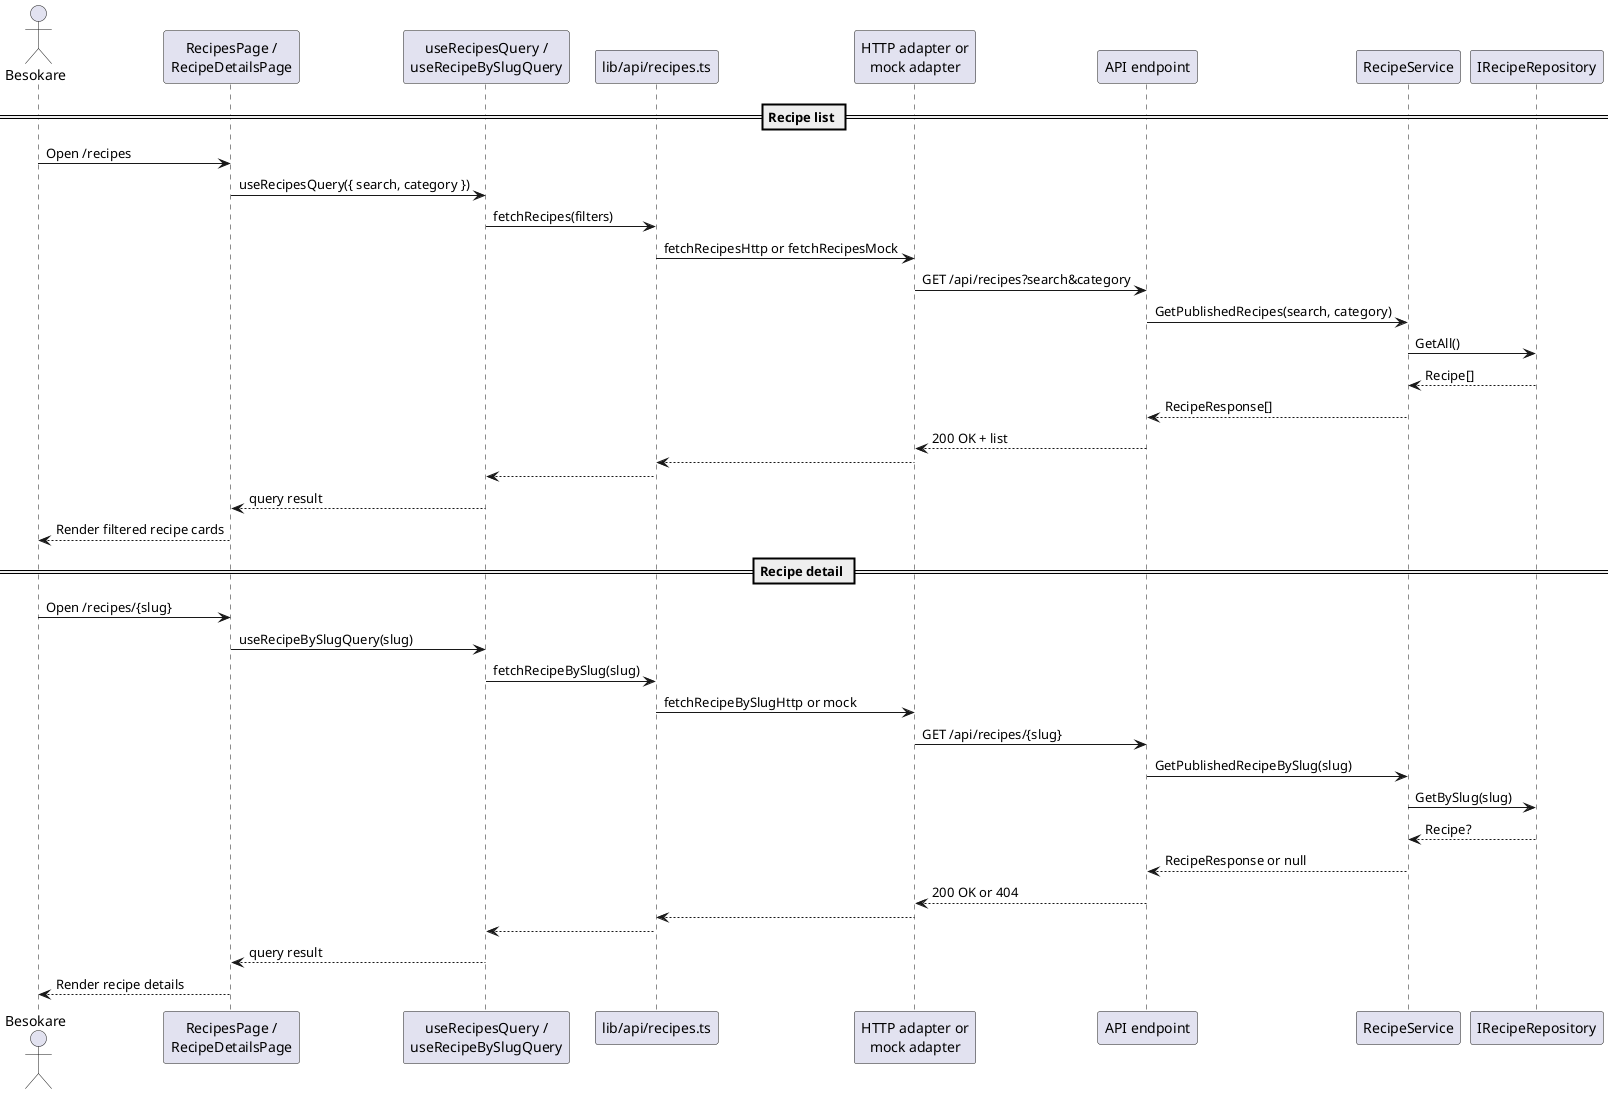
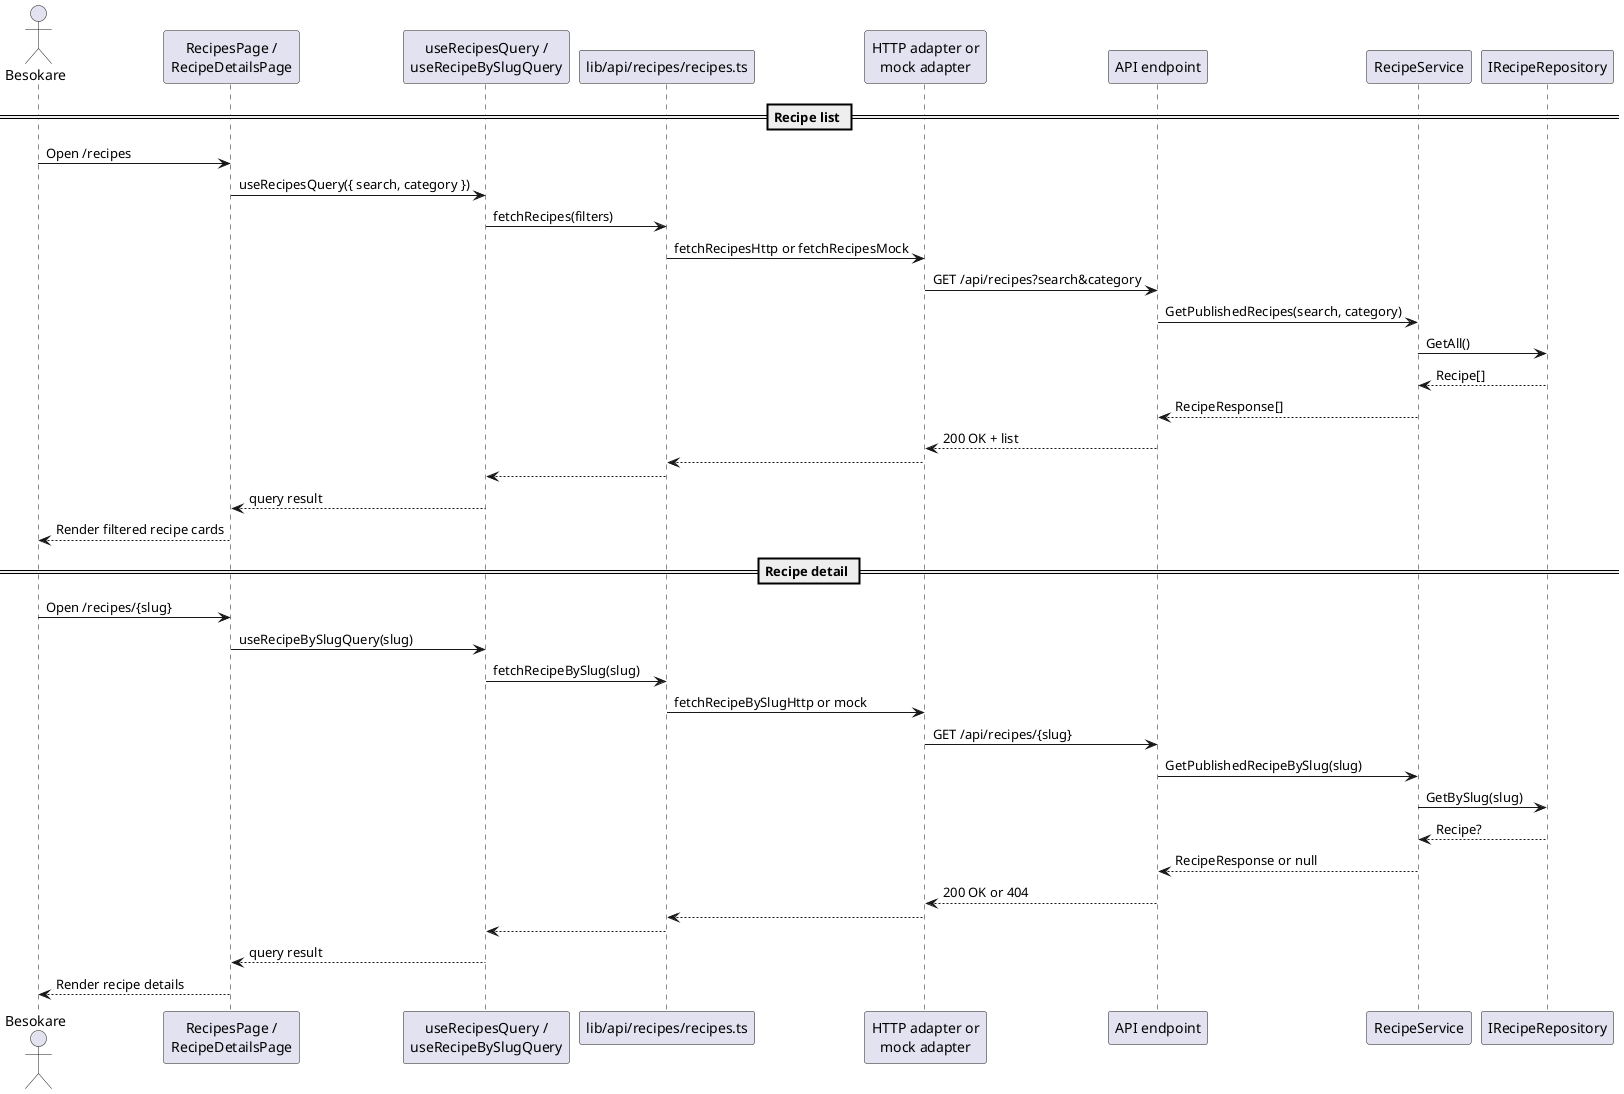
@startuml Public recipe browse and detail flow

actor "Besokare" as Visitor
participant "RecipesPage /\nRecipeDetailsPage" as Page
participant "useRecipesQuery /\nuseRecipeBySlugQuery" as Hook
- participant "lib/api/recipes.ts" as ApiFacade
+ participant "lib/api/recipes/recipes.ts" as ApiFacade
participant "HTTP adapter or\nmock adapter" as Adapter
participant "API endpoint" as Endpoint
participant "RecipeService" as Service
participant "IRecipeRepository" as Repo

== Recipe list ==
Visitor -> Page : Open /recipes
Page -> Hook : useRecipesQuery({ search, category })
Hook -> ApiFacade : fetchRecipes(filters)
ApiFacade -> Adapter : fetchRecipesHttp or fetchRecipesMock
Adapter -> Endpoint : GET /api/recipes?search&category
Endpoint -> Service : GetPublishedRecipes(search, category)
Service -> Repo : GetAll()
Repo --> Service : Recipe[]
Service --> Endpoint : RecipeResponse[]
Endpoint --> Adapter : 200 OK + list
Adapter --> ApiFacade
ApiFacade --> Hook
Hook --> Page : query result
Page --> Visitor : Render filtered recipe cards

== Recipe detail ==
Visitor -> Page : Open /recipes/{slug}
Page -> Hook : useRecipeBySlugQuery(slug)
Hook -> ApiFacade : fetchRecipeBySlug(slug)
ApiFacade -> Adapter : fetchRecipeBySlugHttp or mock
Adapter -> Endpoint : GET /api/recipes/{slug}
Endpoint -> Service : GetPublishedRecipeBySlug(slug)
Service -> Repo : GetBySlug(slug)
Repo --> Service : Recipe?
Service --> Endpoint : RecipeResponse or null
Endpoint --> Adapter : 200 OK or 404
Adapter --> ApiFacade
ApiFacade --> Hook
Hook --> Page : query result
Page --> Visitor : Render recipe details

@enduml
